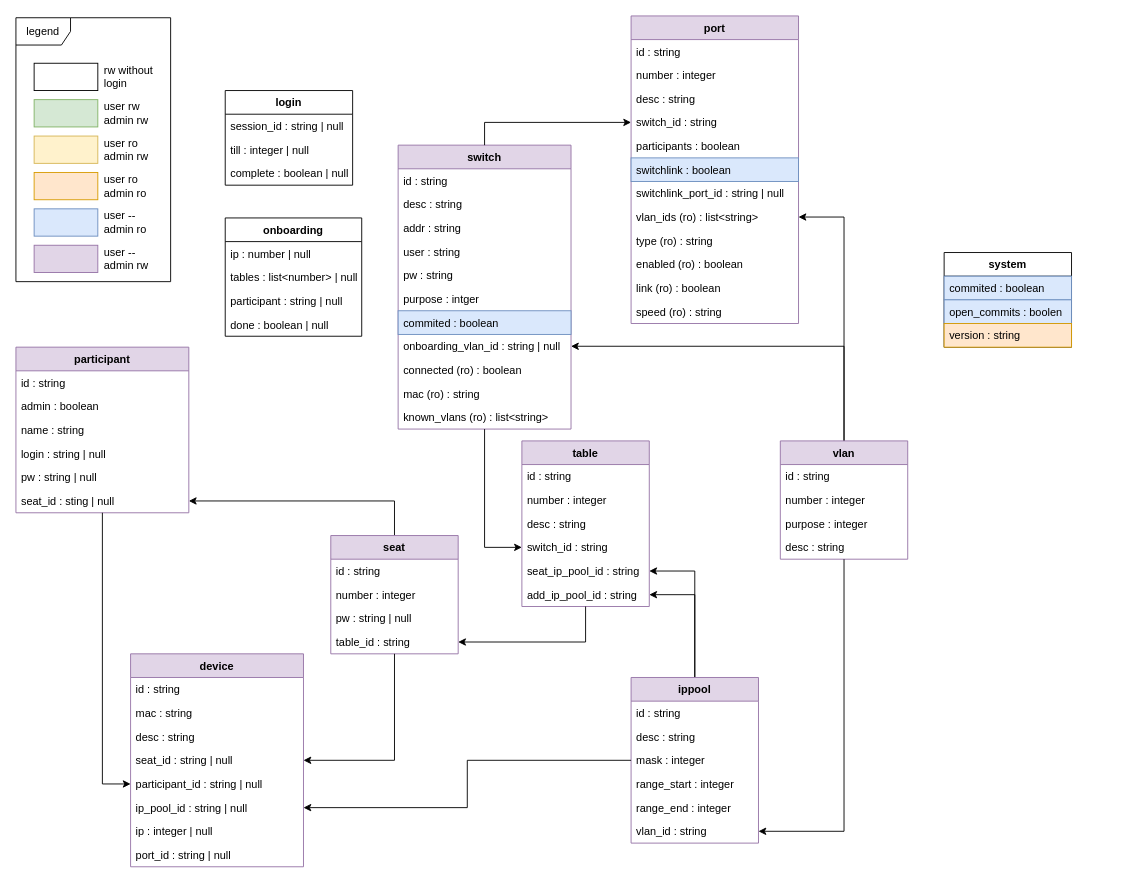
This is docs/api.drawio from nils-ost/LanPartyOnboardingSystem, a draw.io file, before an edit. Source tidied: cells renumbered, new cells numbered last; positions are measured from the earlier drawing's top-left corner, leaving out a move shared by most shapes. Both pictures are drawn from the tidied source at 91%, with x=0, y=0 at pixel (15, 15).
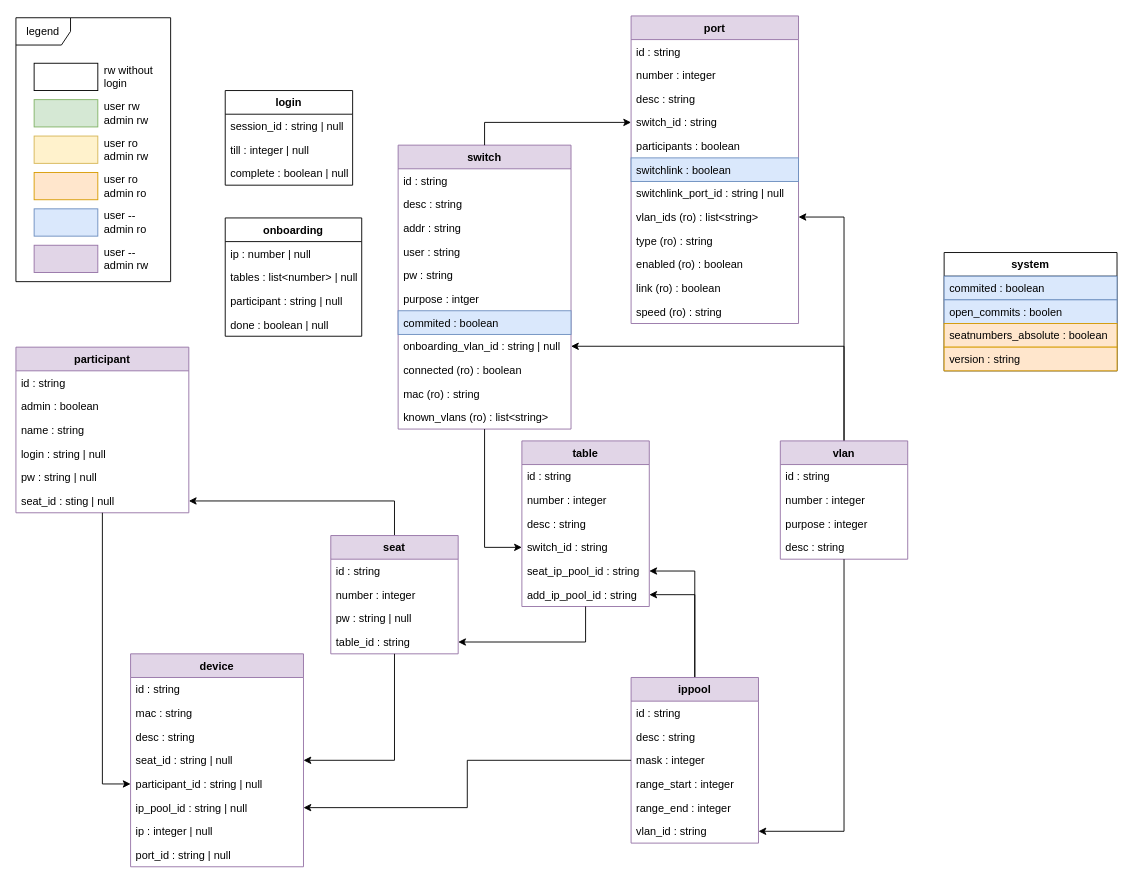
Above is the later version.

Commit message (it also covers changes not shown here):
added a system setting to change between absolute seatnumbers and table seatnumbers, and made it changeable via frontend

What changed in the source:
```diff
@@
     <mxCell id="83" value="system" style="swimlane;fontStyle=1;horizontal=1;startSize=26;fillColor=none;" parent="1" vertex="1">
-      <mxGeometry x="1020" y="260" width="140" height="104" as="geometry" />
+      <mxGeometry x="1020" y="260" width="190" height="130" as="geometry" />
     </mxCell>
     <mxCell id="84" value="commited : boolean" style="text;strokeColor=#6c8ebf;fillColor=#dae8fc;align=left;verticalAlign=top;spacingLeft=4;spacingRight=4;overflow=hidden;" parent="83" vertex="1">
-      <mxGeometry y="26" width="140" height="26" as="geometry" />
+      <mxGeometry y="26" width="190" height="26" as="geometry" />
     </mxCell>
     <mxCell id="85" value="open_commits : boolen" style="text;strokeColor=#6c8ebf;fillColor=#dae8fc;align=left;verticalAlign=top;spacingLeft=4;spacingRight=4;overflow=hidden;" parent="83" vertex="1">
-      <mxGeometry y="52" width="140" height="26" as="geometry" />
+      <mxGeometry y="52" width="190" height="26" as="geometry" />
     </mxCell>
-    <mxCell id="86" value="version : string" style="text;strokeColor=#d79b00;fillColor=#ffe6cc;align=left;verticalAlign=top;spacingLeft=4;spacingRight=4;overflow=hidden;" parent="83" vertex="1">
-      <mxGeometry y="78" width="140" height="26" as="geometry" />
+    <mxCell id="86" value="seatnumbers_absolute : boolean" style="text;strokeColor=#d79b00;fillColor=#ffe6cc;align=left;verticalAlign=top;spacingLeft=4;spacingRight=4;overflow=hidden;" parent="83" vertex="1">
+      <mxGeometry y="78" width="190" height="26" as="geometry" />
     </mxCell>
+    <mxCell id="100" value="version : string" style="text;strokeColor=#d79b00;fillColor=#ffe6cc;align=left;verticalAlign=top;spacingLeft=4;spacingRight=4;overflow=hidden;" parent="83" vertex="1">
+      <mxGeometry y="104" width="190" height="26" as="geometry" />
+    </mxCell>
```
